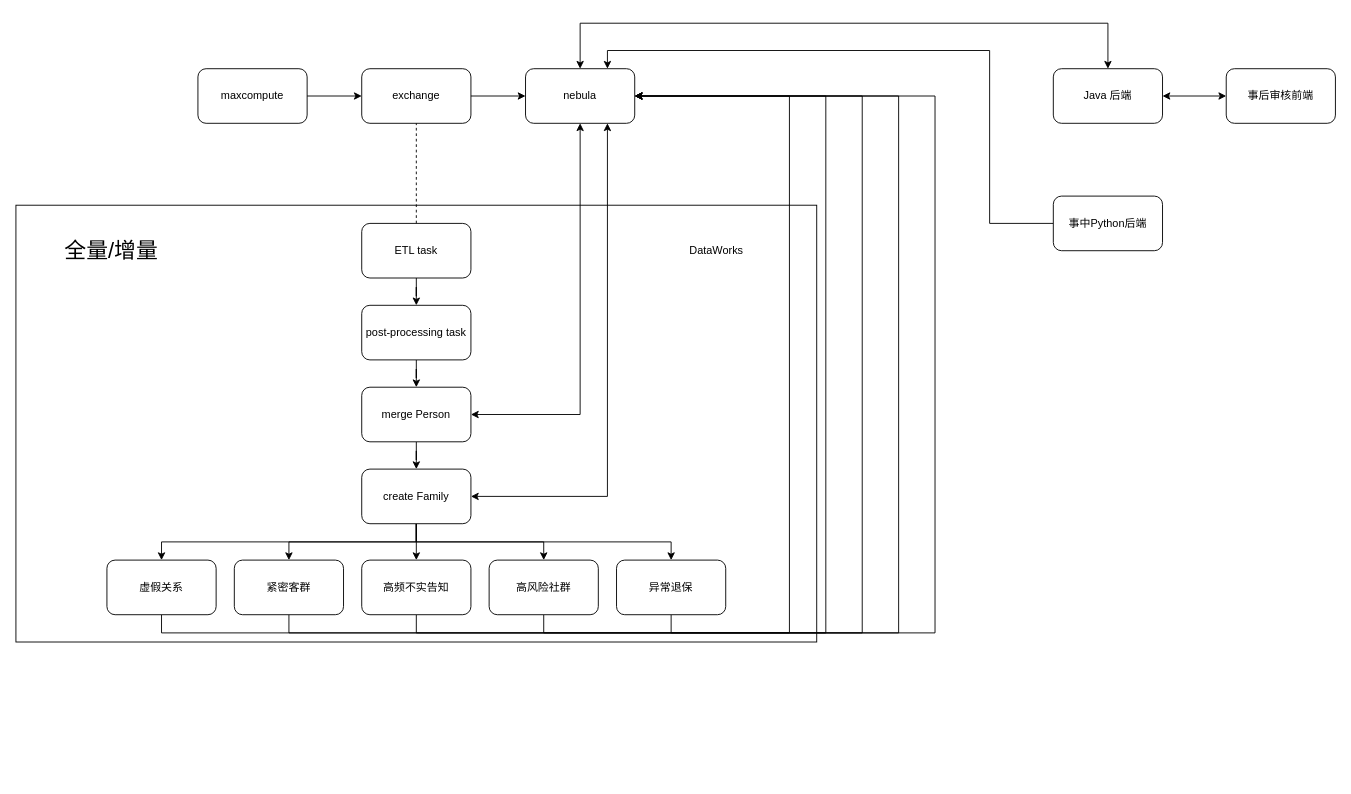
Above: 友邦/架构.drawio in XiaoLiuAI/diagrams (draw.io), before the change. Source tidied: cells renumbered, new cells numbered last; positions are measured from the earlier drawing's top-left corner, leaving out a move shared by most shapes. Both pictures are drawn from the tidied source at 91%, with x=0, y=0 at pixel (15, 23).
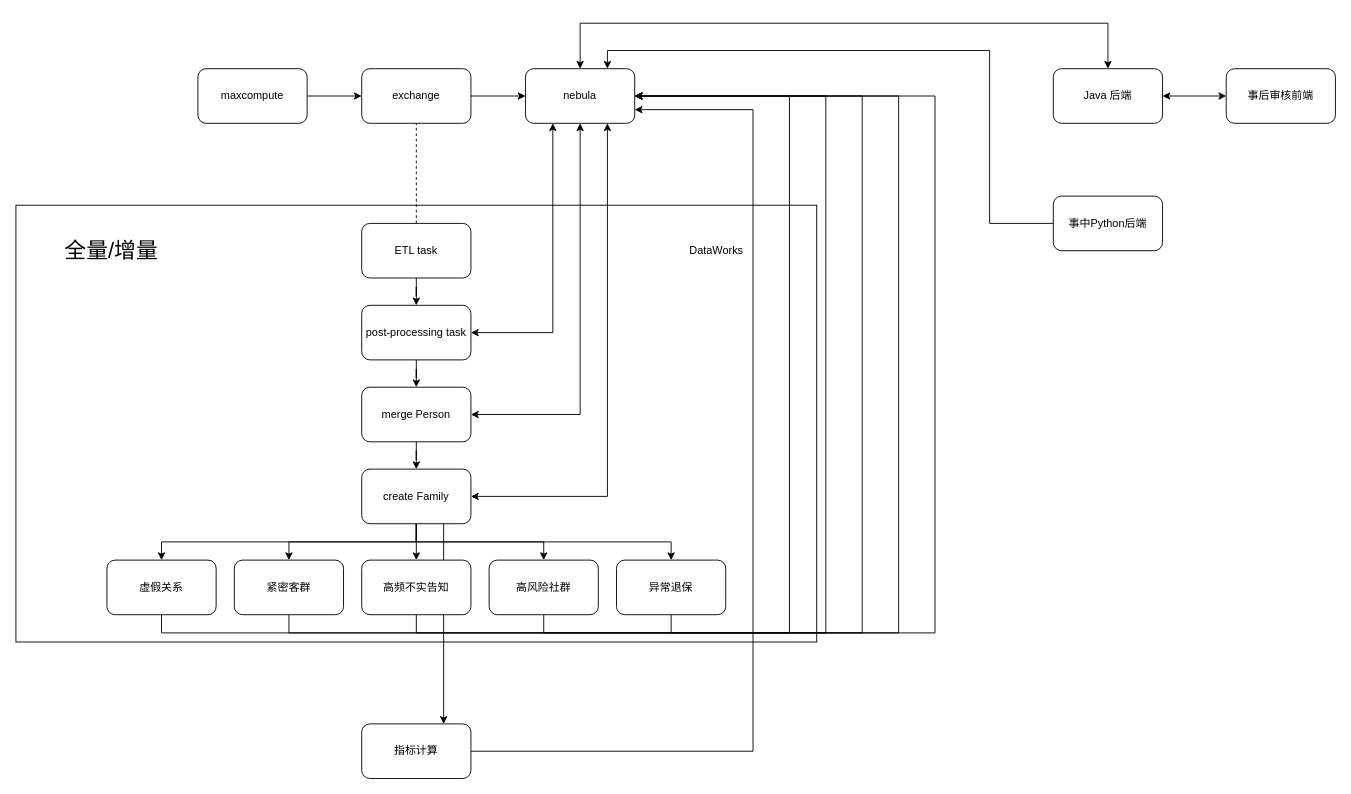
After the change.

Unchanged cells that the change refers to:
```xml
<mxCell id="4" value="nebula" style="rounded=1;whiteSpace=wrap;html=1;" parent="1" vertex="1">
  <mxGeometry x="560" y="50" width="120" height="60" as="geometry" />
</mxCell>
<mxCell id="13" value="post-processing task" style="rounded=1;whiteSpace=wrap;html=1;" parent="1" vertex="1">
  <mxGeometry x="380" y="310" width="120" height="60" as="geometry" />
</mxCell>
<mxCell id="23" value="create Family" style="rounded=1;whiteSpace=wrap;html=1;" parent="1" vertex="1">
  <mxGeometry x="380" y="490" width="120" height="60" as="geometry" />
</mxCell>
```

The edit, as a diff of the source:
```diff
@@
+    <mxCell id="41" style="edgeStyle=orthogonalEdgeStyle;rounded=0;jettySize=auto;html=1;exitX=1;exitY=0.5;exitDx=0;exitDy=0;entryX=0.25;entryY=1;entryDx=0;entryDy=0;startArrow=classic;startFill=1;" parent="1" edge="1" source="13" target="4">
+      <mxGeometry relative="1" as="geometry" />
+    </mxCell>
@@
+    <mxCell id="42" style="edgeStyle=orthogonalEdgeStyle;rounded=0;jettySize=auto;html=1;exitX=0.75;exitY=1;exitDx=0;exitDy=0;entryX=0.75;entryY=0;entryDx=0;entryDy=0;" parent="1" edge="1" source="23" target="44">
+      <mxGeometry relative="1" as="geometry" />
+    </mxCell>
@@
+    <mxCell id="43" style="edgeStyle=orthogonalEdgeStyle;rounded=0;jettySize=auto;html=1;exitX=1;exitY=0.5;exitDx=0;exitDy=0;entryX=1;entryY=0.75;entryDx=0;entryDy=0;" parent="1" edge="1" source="44" target="4">
+      <mxGeometry relative="1" as="geometry">
+        <Array as="points">
+          <mxPoint x="810" y="800" />
+          <mxPoint x="810" y="95" />
+        </Array>
+      </mxGeometry>
+    </mxCell>
+    <mxCell id="44" value="指标计算" style="rounded=1;whiteSpace=wrap;html=1;" parent="1" vertex="1">
+      <mxGeometry x="380" y="770" width="120" height="60" as="geometry" />
+    </mxCell>
```
